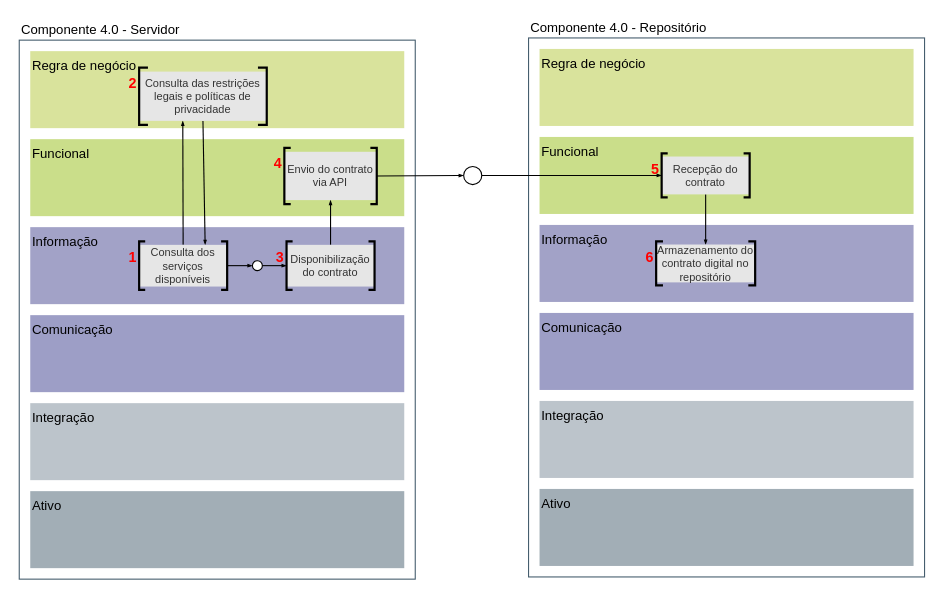
The draw.io diagram page "rami-publicacao" (11 of 17) of images/diagramas/diagramas.drawio in hvitoi/i4.0-PLM, before the edit. Source tidied: cells renumbered, new cells numbered last; positions are measured from the earlier drawing's top-left corner, leaving out a move shared by most shapes. Both pictures are drawn from the tidied source at 110%, with x=0, y=0 at pixel (19, 37).
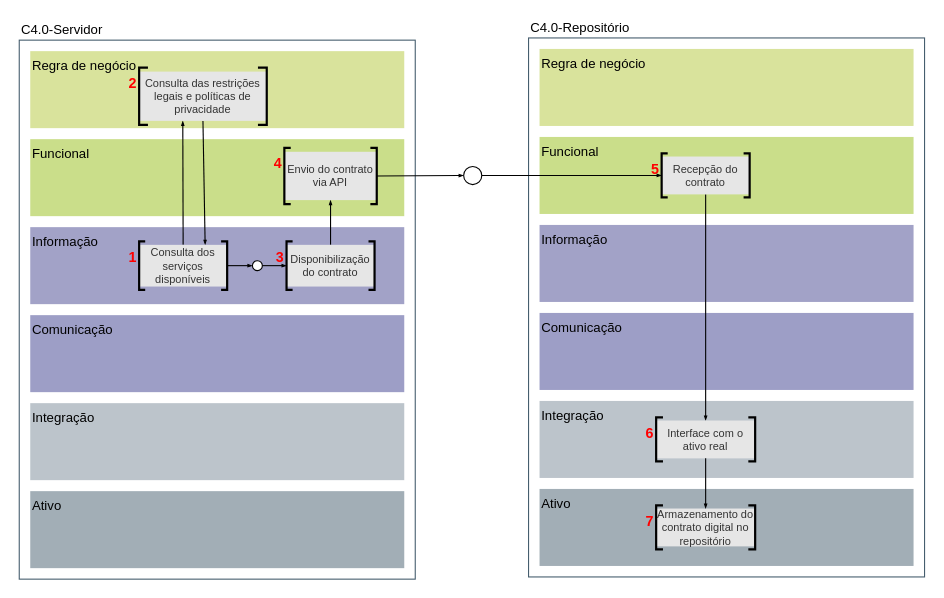
The same diagram, later.

Unchanged cells that the change refers to:
```xml
<mxCell id="2" style="group;" parent="1" vertex="1">
  <mxGeometry y="2" width="360" height="490" as="geometry" />
</mxCell>
<mxCell id="32" style="group;" parent="1" vertex="1">
  <mxGeometry x="463" width="360" height="490" as="geometry" />
</mxCell>
<mxCell id="42" value="Recepção do contrato" style="rounded=0;whiteSpace=wrap;labelBackgroundColor=none;fontSize=10;fontColor=#333333;strokeColor=none;fontStyle=0;fillColor=#E6E6E6;" parent="41" vertex="1">
  <mxGeometry y="2.8" width="80" height="34.4" as="geometry" />
</mxCell>
<mxCell id="46" value="Armazenamento do contrato digital no repositório" style="rounded=0;whiteSpace=wrap;labelBackgroundColor=none;fontSize=10;fontColor=#333333;strokeColor=none;fontStyle=0;fillColor=#E6E6E6;" parent="45" vertex="1">
  <mxGeometry y="2.8" width="90" height="34.4" as="geometry" />
</mxCell>
```

The edit, as a diff of the source:
```diff
@@
-    <mxCell id="3" value="Componente 4.0 - Servidor" style="rounded=0;whiteSpace=wrap;html=1;shadow=0;comic=0;labelBackgroundColor=none;strokeColor=#465E6E;fillColor=none;gradientColor=none;align=left;labelPosition=center;verticalLabelPosition=top;verticalAlign=bottom;" parent="2" vertex="1">
+    <mxCell id="3" value="C4.0-Servidor" style="rounded=0;whiteSpace=wrap;html=1;shadow=0;comic=0;labelBackgroundColor=none;strokeColor=#465E6E;fillColor=none;gradientColor=none;align=left;labelPosition=center;verticalLabelPosition=top;verticalAlign=bottom;" parent="2" vertex="1">
       <mxGeometry width="360" height="490" as="geometry" />
     </mxCell>
@@
-    <mxCell id="33" value="Componente 4.0 - Repositório" style="rounded=0;whiteSpace=wrap;html=1;shadow=0;comic=0;labelBackgroundColor=none;strokeColor=#465E6E;fillColor=none;gradientColor=none;align=left;labelPosition=center;verticalLabelPosition=top;verticalAlign=bottom;" parent="32" vertex="1">
+    <mxCell id="33" value="C4.0-Repositório" style="rounded=0;whiteSpace=wrap;html=1;shadow=0;comic=0;labelBackgroundColor=none;strokeColor=#465E6E;fillColor=none;gradientColor=none;align=left;labelPosition=center;verticalLabelPosition=top;verticalAlign=bottom;" parent="32" vertex="1">
       <mxGeometry width="360" height="490" as="geometry" />
     </mxCell>
@@
-    <mxCell id="40" style="endArrow=blockThin;html=1;fontSize=10;fontColor=#000000;strokeWidth=1;endFill=1;endSize=2;startSize=5;jumpSize=6;entryX=0.5;entryY=0;entryDx=0;entryDy=0;exitX=0.5;exitY=1;exitDx=0;exitDy=0;rounded=0;" parent="32" edge="1" source="42" target="46">
+    <mxCell id="40" style="endArrow=blockThin;html=1;fontSize=10;fontColor=#000000;strokeWidth=1;endFill=1;endSize=2;startSize=5;jumpSize=6;entryX=0.5;entryY=0;entryDx=0;entryDy=0;exitX=0.5;exitY=1;exitDx=0;exitDy=0;rounded=0;" parent="32" edge="1" source="42" target="53">
       <mxGeometry relative="1" as="geometry" />
     </mxCell>
@@
-    <mxCell id="45" value="6" style="group;labelPosition=left;verticalLabelPosition=middle;align=right;verticalAlign=top;fontSize=13;fontStyle=1;fontColor=#FF0000;" parent="32" vertex="1">
-      <mxGeometry x="116" y="185" width="90" height="40" as="geometry" />
+    <mxCell id="45" value="7" style="group;labelPosition=left;verticalLabelPosition=middle;align=right;verticalAlign=top;fontSize=13;fontStyle=1;fontColor=#FF0000;" parent="32" vertex="1">
+      <mxGeometry x="116" y="425" width="90" height="40" as="geometry" />
     </mxCell>
@@
+    <mxCell id="52" value="6" style="group;labelPosition=left;verticalLabelPosition=middle;align=right;verticalAlign=top;fontSize=13;fontStyle=1;fontColor=#FF0000;" parent="32" vertex="1">
+      <mxGeometry x="116" y="345" width="90" height="40" as="geometry" />
+    </mxCell>
+    <mxCell id="53" value="Interface com o ativo real" style="rounded=0;whiteSpace=wrap;labelBackgroundColor=none;fontSize=10;fontColor=#333333;strokeColor=none;fontStyle=0;fillColor=#E6E6E6;" parent="52" vertex="1">
+      <mxGeometry y="2.8" width="90" height="34.4" as="geometry" />
+    </mxCell>
+    <mxCell id="54" style="strokeWidth=2;html=1;shape=mxgraph.flowchart.annotation_1;align=left;" parent="52" vertex="1">
+      <mxGeometry width="6.2" height="40" as="geometry" />
+    </mxCell>
+    <mxCell id="55" style="strokeWidth=2;html=1;shape=mxgraph.flowchart.annotation_1;align=left;rotation=-180;" parent="52" vertex="1">
+      <mxGeometry x="83.8" width="6.2" height="40" as="geometry" />
+    </mxCell>
+    <mxCell id="56" style="endArrow=blockThin;html=1;fontSize=10;fontColor=#000000;strokeWidth=1;endFill=1;endSize=2;startSize=5;jumpSize=6;entryX=0.5;entryY=0;entryDx=0;entryDy=0;exitX=0.5;exitY=1;exitDx=0;exitDy=0;rounded=0;" parent="32" edge="1" source="53" target="46">
+      <mxGeometry relative="1" as="geometry" />
+    </mxCell>
```
